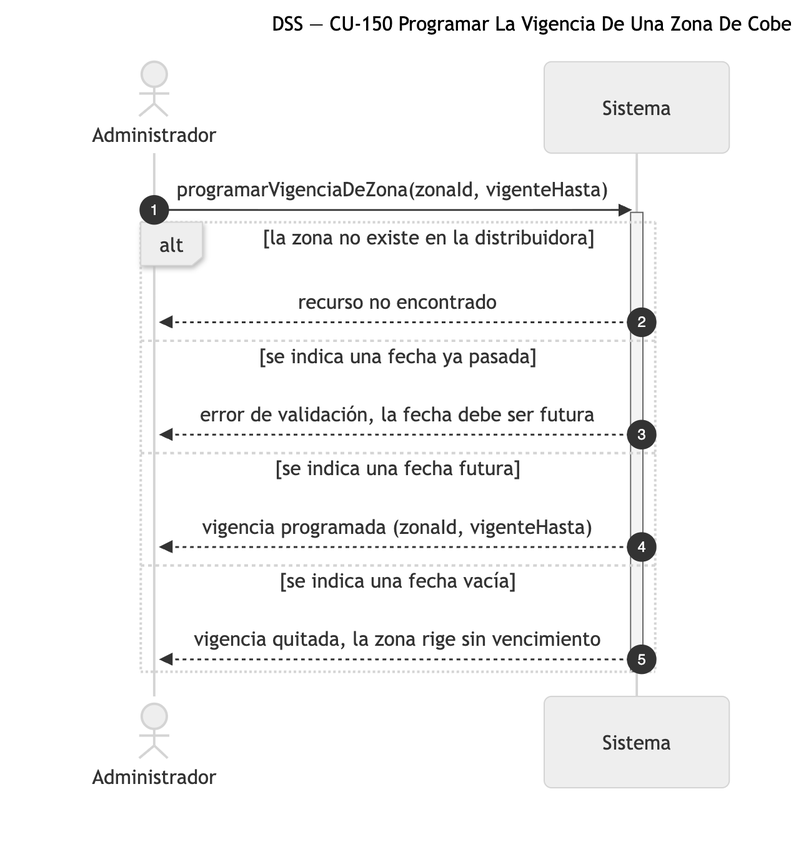
The Mermaid diagram diagramas/png/DSS_CU-150_Programar-La-Vigencia-De-Una-Zona-De-Cobertura.png in Nahuelito-Dev/splg-docs, before a commit. Its source is kept beside it as diagramas/DSS_CU-150_Programar-La-Vigencia-De-Una-Zona-De-Cobertura.mmd.
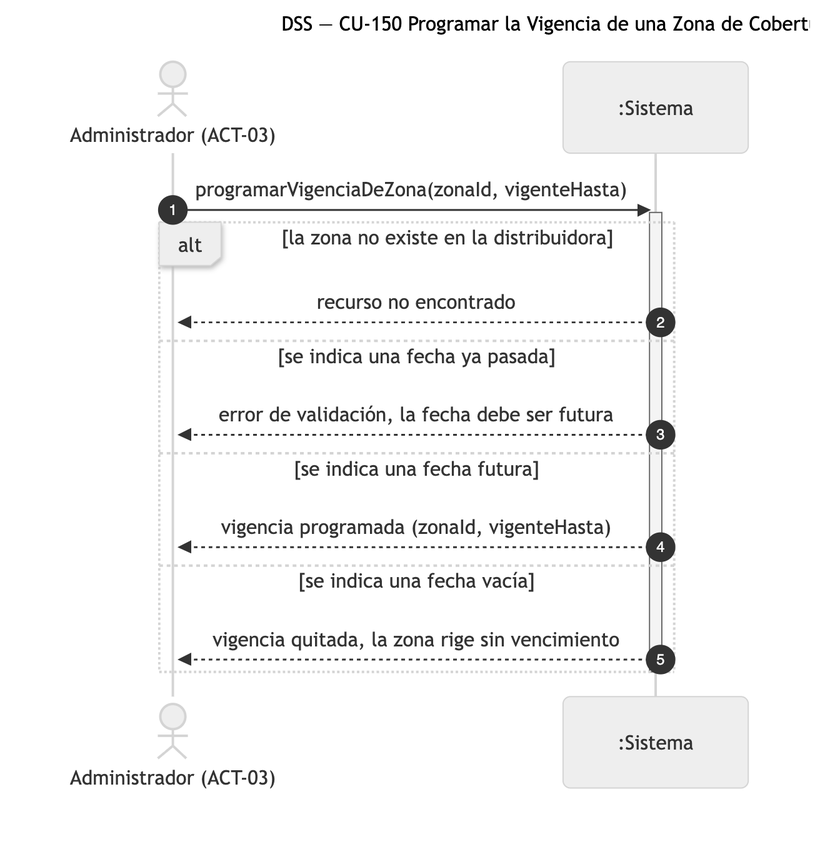
The same file after the commit.

The edit, as a diff of the source:
```diff
@@ -1,8 +1,8 @@
 sequenceDiagram
-    title DSS — CU-150 Programar La Vigencia De Una Zona De Cobertura
+    title DSS — CU-150 Programar la Vigencia de una Zona de Cobertura
     autonumber
-    actor ADM as Administrador
-    participant SIS as Sistema
+    actor ADM as Administrador (ACT-03)
+    participant SIS as :Sistema
 
     ADM->>SIS: programarVigenciaDeZona(zonaId, vigenteHasta)
     activate SIS
```
